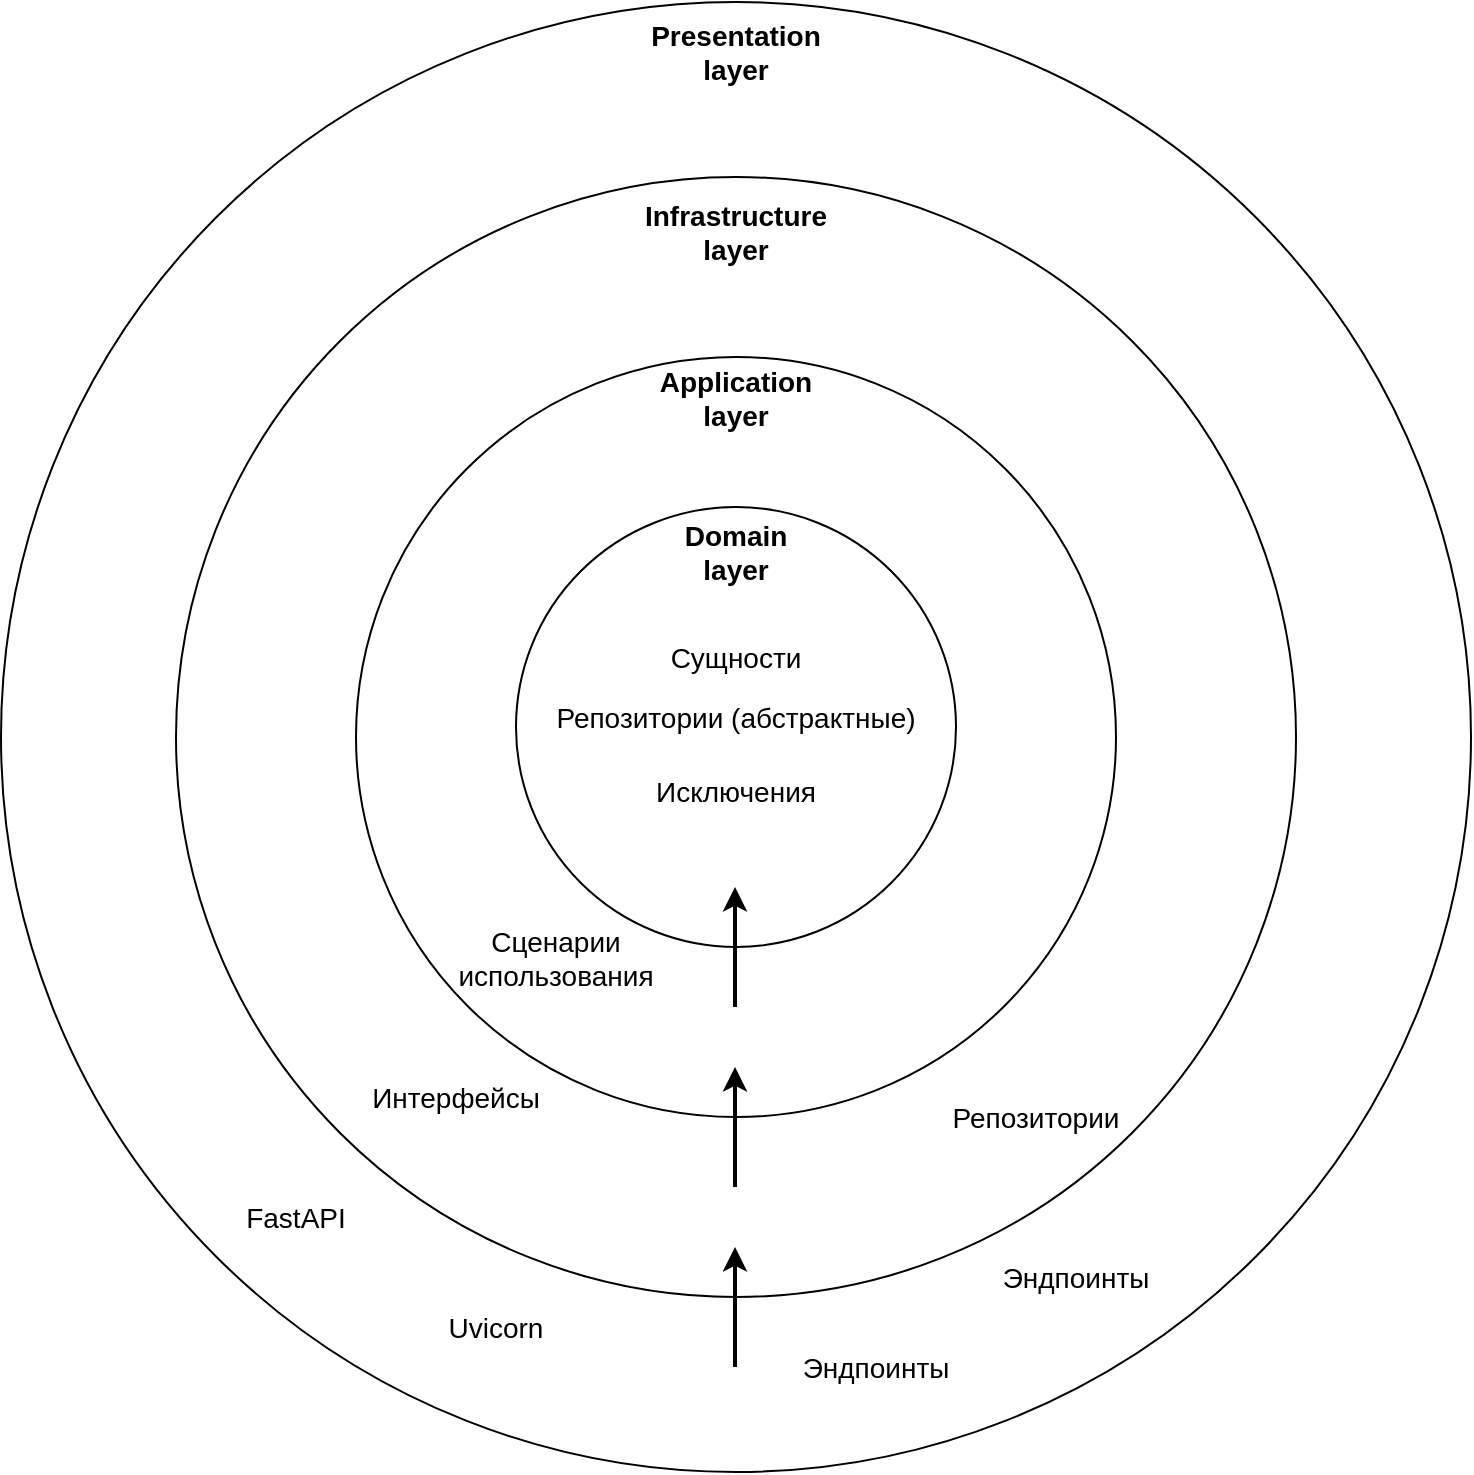
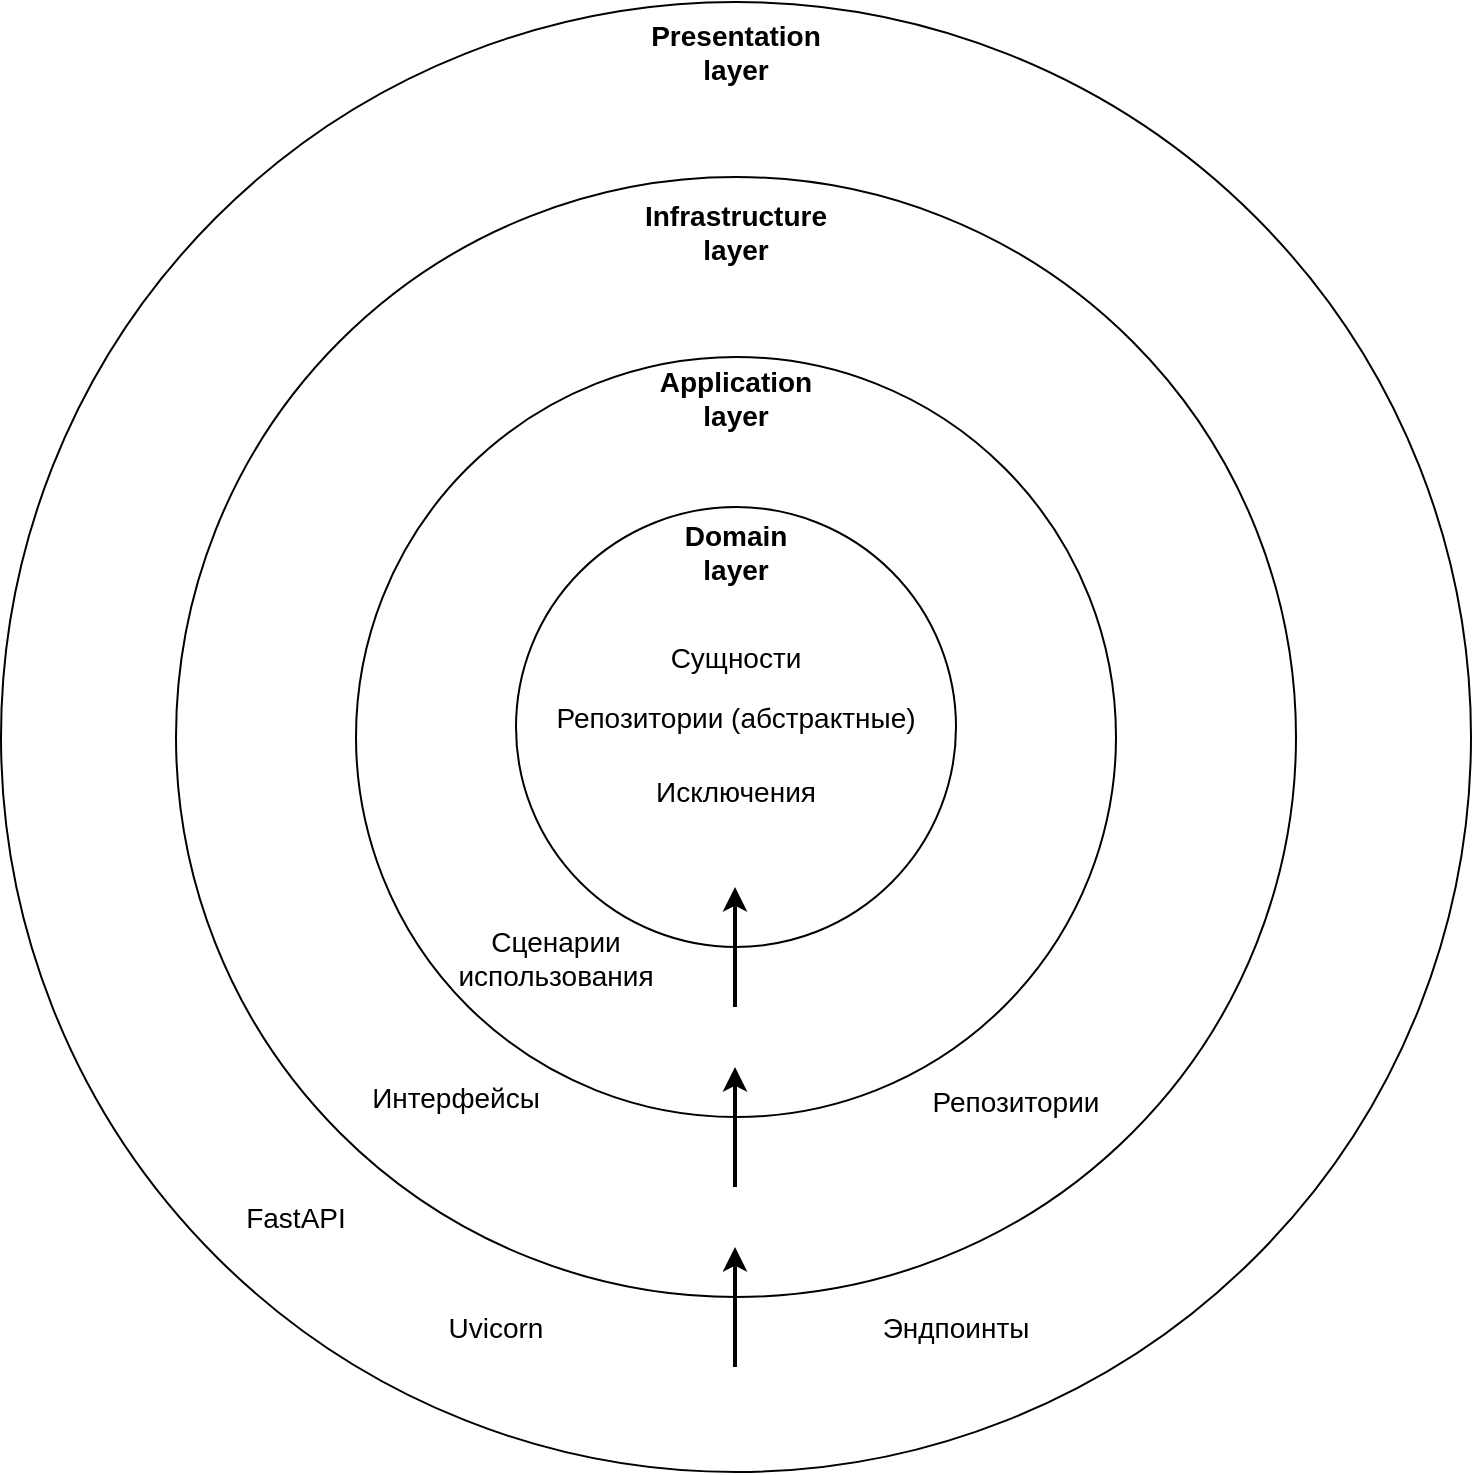
<mxfile host="app.diagrams.net">
  <diagram name="Страница-1" id="J6xAGLAsaCvnRGr5MGFc">
    <mxGraphModel dx="1486" dy="1040" grid="1" gridSize="10" guides="1" tooltips="1" connect="1" arrows="1" fold="1" page="1" pageScale="1" pageWidth="827" pageHeight="1169" math="0" shadow="0">
      <root>
        <mxCell id="0" />
        <mxCell id="1" parent="0" />
        <mxCell id="9VOtX14QaeEyLwYh4B_7-1" parent="1" style="ellipse;whiteSpace=wrap;html=1;aspect=fixed;fillColor=none;" value="" vertex="1">
          <mxGeometry height="735" width="735" x="32.5" y="20" as="geometry" />
        </mxCell>
        <mxCell id="9VOtX14QaeEyLwYh4B_7-2" parent="1" style="ellipse;whiteSpace=wrap;html=1;aspect=fixed;fillColor=none;" value="" vertex="1">
          <mxGeometry height="560" width="560" x="120" y="107.5" as="geometry" />
        </mxCell>
        <mxCell id="9VOtX14QaeEyLwYh4B_7-3" parent="1" style="ellipse;whiteSpace=wrap;html=1;aspect=fixed;fillColor=none;" value="" vertex="1">
          <mxGeometry height="380" width="380" x="210" y="197.5" as="geometry" />
        </mxCell>
        <mxCell id="9VOtX14QaeEyLwYh4B_7-4" parent="1" style="ellipse;whiteSpace=wrap;html=1;aspect=fixed;fillColor=none;" value="" vertex="1">
          <mxGeometry height="220" width="220" x="290" y="272.5" as="geometry" />
        </mxCell>
        <mxCell id="9VOtX14QaeEyLwYh4B_7-6" parent="1" style="text;html=1;whiteSpace=wrap;strokeColor=none;fillColor=none;align=center;verticalAlign=middle;rounded=0;" value="&lt;font style=&quot;font-size: 14px;&quot;&gt;&lt;b&gt;Domain layer&lt;/b&gt;&lt;/font&gt;" vertex="1">
          <mxGeometry height="30" width="60" x="370" y="280" as="geometry" />
        </mxCell>
        <mxCell id="9VOtX14QaeEyLwYh4B_7-8" parent="1" style="text;html=1;whiteSpace=wrap;strokeColor=none;fillColor=none;align=center;verticalAlign=middle;rounded=0;" value="&lt;font style=&quot;font-size: 14px;&quot;&gt;Сущности&lt;/font&gt;" vertex="1">
          <mxGeometry height="30" width="60" x="370" y="332.5" as="geometry" />
        </mxCell>
        <mxCell id="9VOtX14QaeEyLwYh4B_7-9" parent="1" style="text;html=1;whiteSpace=wrap;strokeColor=none;fillColor=none;align=center;verticalAlign=middle;rounded=0;" value="&lt;font style=&quot;font-size: 14px;&quot;&gt;Репозитории&lt;/font&gt;" vertex="1">
-           <mxGeometry height="30" width="60" x="520" y="562.5" as="geometry" />
+           <mxGeometry height="30" width="60" x="510" y="555" as="geometry" />
        </mxCell>
        <mxCell id="9VOtX14QaeEyLwYh4B_7-10" parent="1" style="text;html=1;whiteSpace=wrap;strokeColor=none;fillColor=none;align=center;verticalAlign=middle;rounded=0;" value="&lt;font style=&quot;font-size: 14px;&quot;&gt;Исключения&lt;/font&gt;" vertex="1">
          <mxGeometry height="30" width="60" x="370" y="400" as="geometry" />
        </mxCell>
        <mxCell id="9VOtX14QaeEyLwYh4B_7-12" parent="1" style="text;html=1;whiteSpace=wrap;strokeColor=none;fillColor=none;align=center;verticalAlign=middle;rounded=0;" value="&lt;font style=&quot;font-size: 14px;&quot;&gt;&lt;b&gt;Application layer&lt;/b&gt;&lt;/font&gt;" vertex="1">
          <mxGeometry height="30" width="60" x="370" y="202.5" as="geometry" />
        </mxCell>
        <mxCell id="9VOtX14QaeEyLwYh4B_7-14" parent="1" style="text;html=1;whiteSpace=wrap;strokeColor=none;fillColor=none;align=center;verticalAlign=middle;rounded=0;" value="&lt;font style=&quot;font-size: 14px;&quot;&gt;&lt;b&gt;Infrastructure layer&lt;/b&gt;&lt;/font&gt;" vertex="1">
          <mxGeometry height="30" width="60" x="370" y="120" as="geometry" />
        </mxCell>
        <mxCell id="9VOtX14QaeEyLwYh4B_7-15" parent="1" style="text;html=1;whiteSpace=wrap;strokeColor=none;fillColor=none;align=center;verticalAlign=middle;rounded=0;" value="&lt;b&gt;&lt;font style=&quot;font-size: 14px;&quot;&gt;Presentation layer&lt;/font&gt;&lt;/b&gt;" vertex="1">
          <mxGeometry height="30" width="60" x="370" y="30" as="geometry" />
        </mxCell>
        <mxCell id="9VOtX14QaeEyLwYh4B_7-18" edge="1" parent="1" style="endArrow=classic;html=1;rounded=0;strokeWidth=2;" value="">
          <mxGeometry height="50" relative="1" width="50" as="geometry">
            <mxPoint x="399.5" y="522.5" as="sourcePoint" />
            <mxPoint x="399.5" y="462.5" as="targetPoint" />
          </mxGeometry>
        </mxCell>
        <mxCell id="9VOtX14QaeEyLwYh4B_7-20" edge="1" parent="1" style="endArrow=classic;html=1;rounded=0;strokeWidth=2;" value="">
          <mxGeometry height="50" relative="1" width="50" as="geometry">
            <mxPoint x="399.5" y="612.5" as="sourcePoint" />
            <mxPoint x="399.5" y="552.5" as="targetPoint" />
          </mxGeometry>
        </mxCell>
        <mxCell id="9VOtX14QaeEyLwYh4B_7-21" edge="1" parent="1" style="endArrow=classic;html=1;rounded=0;strokeWidth=2;" value="">
          <mxGeometry height="50" relative="1" width="50" as="geometry">
            <mxPoint x="399.5" y="702.5" as="sourcePoint" />
            <mxPoint x="399.5" y="642.5" as="targetPoint" />
          </mxGeometry>
        </mxCell>
        <mxCell id="9VOtX14QaeEyLwYh4B_7-22" parent="1" style="text;html=1;whiteSpace=wrap;strokeColor=none;fillColor=none;align=center;verticalAlign=middle;rounded=0;" value="&lt;font style=&quot;font-size: 14px;&quot;&gt;Сценарии использования&lt;/font&gt;" vertex="1">
          <mxGeometry height="30" width="60" x="280" y="482.5" as="geometry" />
        </mxCell>
        <mxCell id="9VOtX14QaeEyLwYh4B_7-23" parent="1" style="text;html=1;whiteSpace=wrap;strokeColor=none;fillColor=none;align=center;verticalAlign=middle;rounded=0;" value="&lt;span style=&quot;font-size: 14px;&quot;&gt;FastAPI&lt;/span&gt;" vertex="1">
          <mxGeometry height="30" width="60" x="150" y="612.5" as="geometry" />
        </mxCell>
        <mxCell id="9VOtX14QaeEyLwYh4B_7-24" parent="1" style="text;html=1;whiteSpace=wrap;strokeColor=none;fillColor=none;align=center;verticalAlign=middle;rounded=0;" value="&lt;span style=&quot;font-size: 14px;&quot;&gt;Uvicorn&lt;/span&gt;" vertex="1">
          <mxGeometry height="30" width="60" x="250" y="667.5" as="geometry" />
        </mxCell>
        <mxCell id="9VOtX14QaeEyLwYh4B_7-25" parent="1" style="text;html=1;whiteSpace=wrap;strokeColor=none;fillColor=none;align=center;verticalAlign=middle;rounded=0;" value="&lt;font style=&quot;font-size: 14px;&quot;&gt;Эндпоинты&lt;/font&gt;" vertex="1">
-           <mxGeometry height="30" width="60" x="440" y="687.5" as="geometry" />
-         </mxCell>
-         <mxCell id="9VOtX14QaeEyLwYh4B_7-26" parent="1" style="text;html=1;whiteSpace=wrap;strokeColor=none;fillColor=none;align=center;verticalAlign=middle;rounded=0;" value="&lt;font style=&quot;font-size: 14px;&quot;&gt;Эндпоинты&lt;/font&gt;" vertex="1">
-           <mxGeometry height="30" width="60" x="540" y="642.5" as="geometry" />
+           <mxGeometry height="30" width="60" x="480" y="667.5" as="geometry" />
        </mxCell>
        <mxCell id="9VOtX14QaeEyLwYh4B_7-27" parent="1" style="text;html=1;whiteSpace=wrap;strokeColor=none;fillColor=none;align=center;verticalAlign=middle;rounded=0;" value="&lt;span style=&quot;font-size: 14px;&quot;&gt;Интерфейсы&lt;/span&gt;" vertex="1">
          <mxGeometry height="30" width="60" x="230" y="552.5" as="geometry" />
        </mxCell>
        <mxCell id="9VOtX14QaeEyLwYh4B_7-29" parent="1" style="text;html=1;whiteSpace=wrap;strokeColor=none;fillColor=none;align=center;verticalAlign=middle;rounded=0;" value="&lt;font style=&quot;font-size: 14px;&quot;&gt;Репозитории (абстрактные)&lt;/font&gt;" vertex="1">
          <mxGeometry height="30" width="210" x="295" y="362.5" as="geometry" />
        </mxCell>
      </root>
    </mxGraphModel>
  </diagram>
</mxfile>
